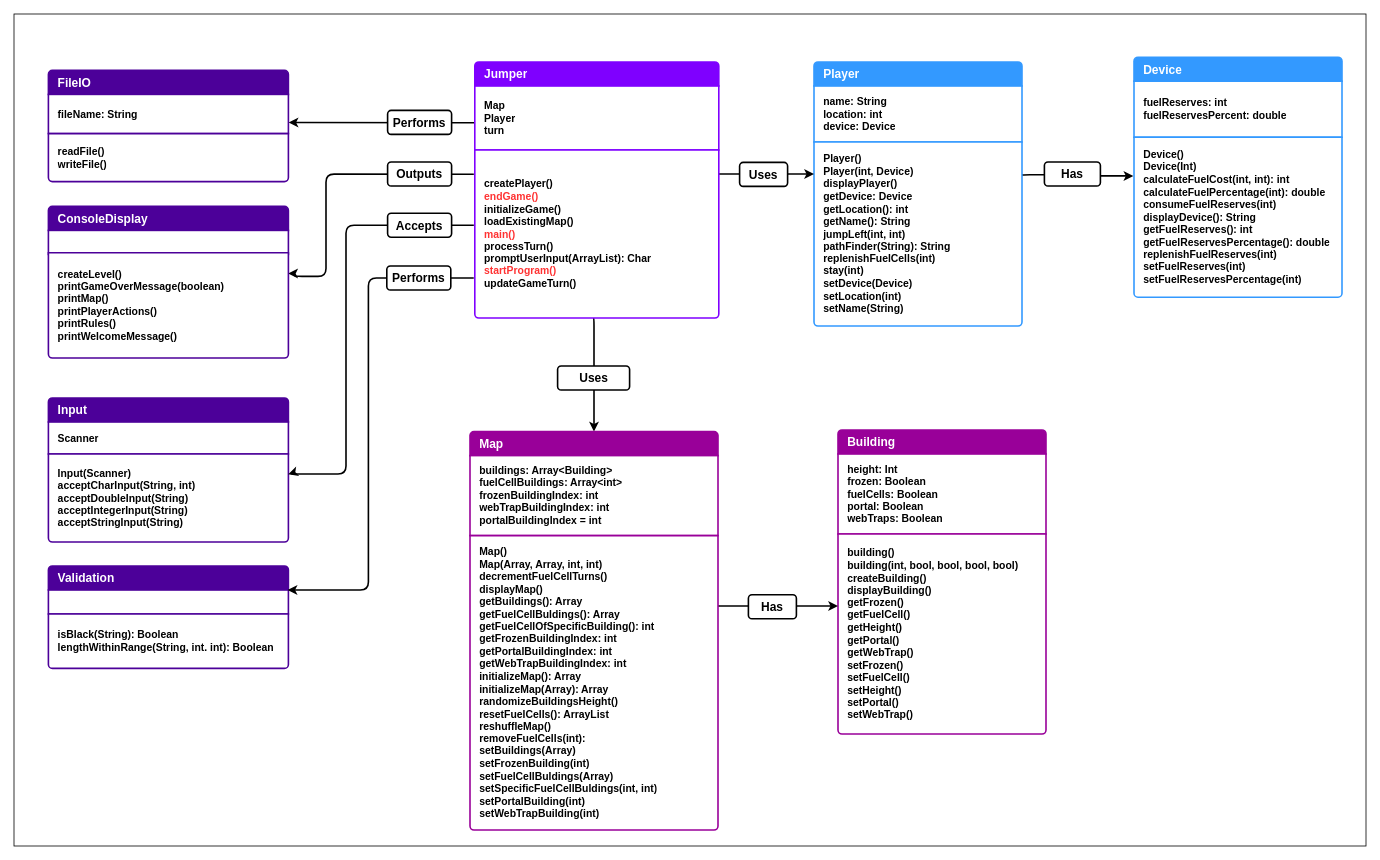
This is Java Programming/Assignment Java Jumper/doc/ClassDiagram.drawio from ByteToBits/CompScience, a draw.io file, before an edit. Source tidied: cells renumbered, new cells numbered last; positions are measured from the earlier drawing's top-left corner, leaving out a move shared by most shapes. Both pictures are drawn from the tidied source at 80%, with x=0, y=0 at pixel (14, 14).
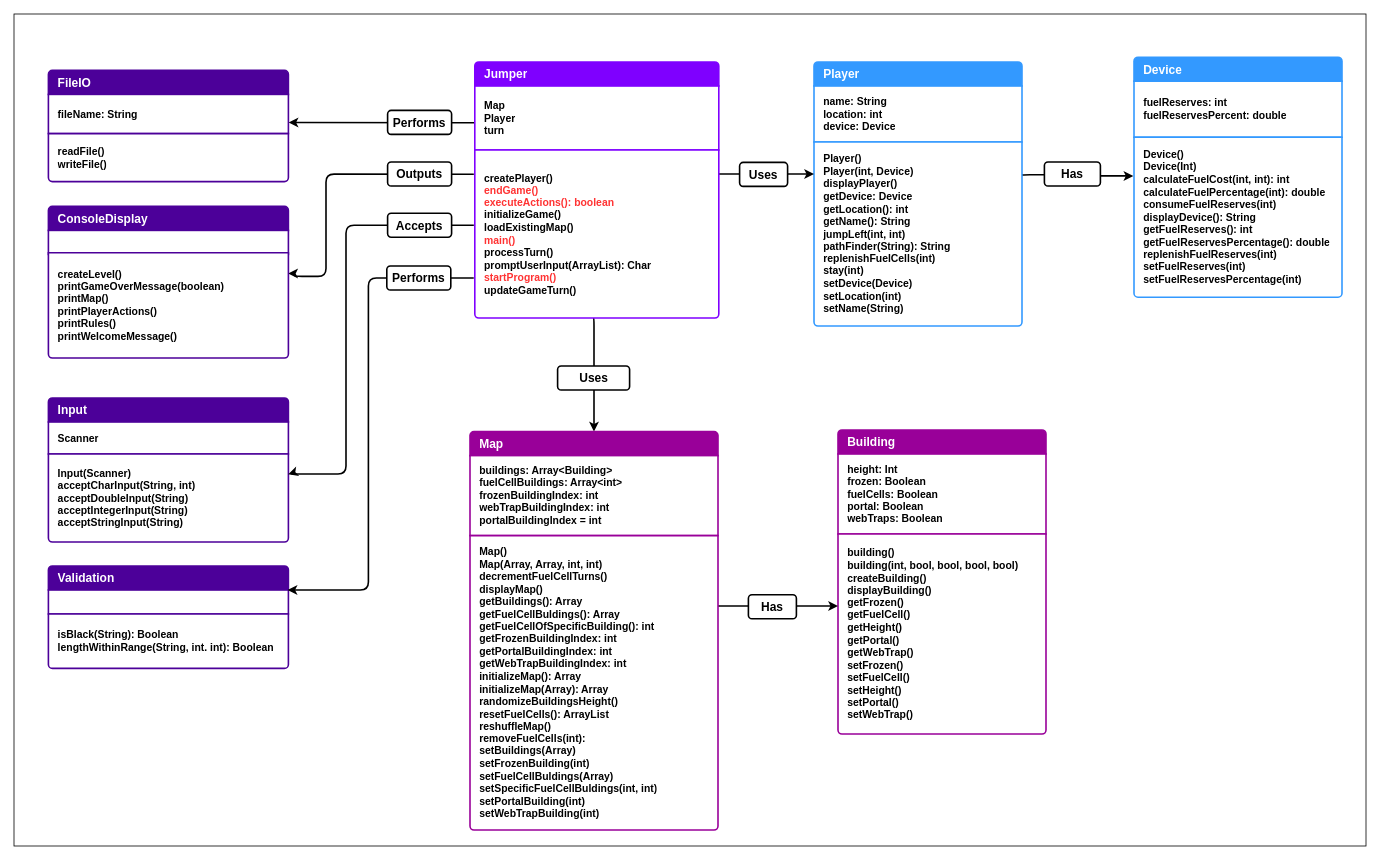
The same diagram, later.

What changed in the source:
```diff
@@
-    <mxCell id="47" value="&lt;strong style=&quot;background-color: initial;&quot;&gt;createPlayer()&lt;/strong&gt;&lt;br&gt;&lt;strong style=&quot;background-color: initial;&quot;&gt;&lt;font color=&quot;#ff3333&quot;&gt;endGame()&lt;/font&gt;&lt;/strong&gt;&lt;br&gt;&lt;strong style=&quot;background-color: initial;&quot;&gt;initializeGame()&lt;/strong&gt;&lt;br&gt;&lt;strong style=&quot;background-color: initial;&quot;&gt;loadExistingMap()&lt;/strong&gt;&lt;br&gt;&lt;strong style=&quot;background-color: initial;&quot;&gt;&lt;font color=&quot;#ff3333&quot;&gt;main()&lt;/font&gt;&lt;/strong&gt;&lt;br&gt;&lt;strong style=&quot;background-color: initial;&quot;&gt;processTurn()&lt;/strong&gt;&lt;div&gt;promptUserInput(ArrayList): Char&lt;/div&gt;&lt;div&gt;&lt;strong style=&quot;background-color: initial;&quot;&gt;&lt;font color=&quot;#ff3333&quot;&gt;startProgram()&lt;/font&gt;&lt;/strong&gt;&lt;br&gt;&lt;strong style=&quot;background-color: initial;&quot;&gt;updateGameTurn()&lt;/strong&gt;&lt;br&gt;&lt;/div&gt;" style="text;strokeColor=#7F00FF;fillColor=#FFFFFF;align=left;verticalAlign=middle;spacingLeft=10;spacingRight=10;overflow=hidden;points=[[0,0.5],[1,0.5]];portConstraint=eastwest;whiteSpace=wrap;html=1;shape=mxgraph.bootstrap.bottomButton;rSize=5;fontColor=#000000;strokeWidth=2;labelPadding=0;labelBorderColor=none;fontSize=13;fontStyle=1;shadow=0;perimeterSpacing=0;swimlaneLine=0;" parent="1" vertex="1">
+    <mxCell id="47" value="&lt;strong style=&quot;background-color: initial;&quot;&gt;createPlayer()&lt;/strong&gt;&lt;div&gt;&lt;strong style=&quot;background-color: initial;&quot;&gt;&lt;font color=&quot;#ff3333&quot;&gt;endGame()&lt;/font&gt;&lt;/strong&gt;&lt;/div&gt;&lt;div&gt;&lt;font color=&quot;#ff3333&quot;&gt;executeActions(): boolean&lt;br&gt;&lt;/font&gt;&lt;strong style=&quot;background-color: initial;&quot;&gt;initializeGame()&lt;/strong&gt;&lt;br&gt;&lt;strong style=&quot;background-color: initial;&quot;&gt;loadExistingMap()&lt;/strong&gt;&lt;br&gt;&lt;strong style=&quot;background-color: initial;&quot;&gt;&lt;font color=&quot;#ff3333&quot;&gt;main()&lt;/font&gt;&lt;/strong&gt;&lt;br&gt;&lt;strong style=&quot;background-color: initial;&quot;&gt;processTurn()&lt;/strong&gt;&lt;div&gt;promptUserInput(ArrayList): Char&lt;/div&gt;&lt;div&gt;&lt;strong style=&quot;background-color: initial;&quot;&gt;&lt;font color=&quot;#ff3333&quot;&gt;startProgram()&lt;/font&gt;&lt;/strong&gt;&lt;br&gt;&lt;strong style=&quot;background-color: initial;&quot;&gt;updateGameTurn()&lt;/strong&gt;&lt;br&gt;&lt;/div&gt;&lt;/div&gt;" style="text;strokeColor=#7F00FF;fillColor=#FFFFFF;align=left;verticalAlign=middle;spacingLeft=10;spacingRight=10;overflow=hidden;points=[[0,0.5],[1,0.5]];portConstraint=eastwest;whiteSpace=wrap;html=1;shape=mxgraph.bootstrap.bottomButton;rSize=5;fontColor=#000000;strokeWidth=2;labelPadding=0;labelBorderColor=none;fontSize=13;fontStyle=1;shadow=0;perimeterSpacing=0;swimlaneLine=0;" parent="1" vertex="1">
       <mxGeometry x="576" y="170" width="305" height="210" as="geometry" />
     </mxCell>
```
